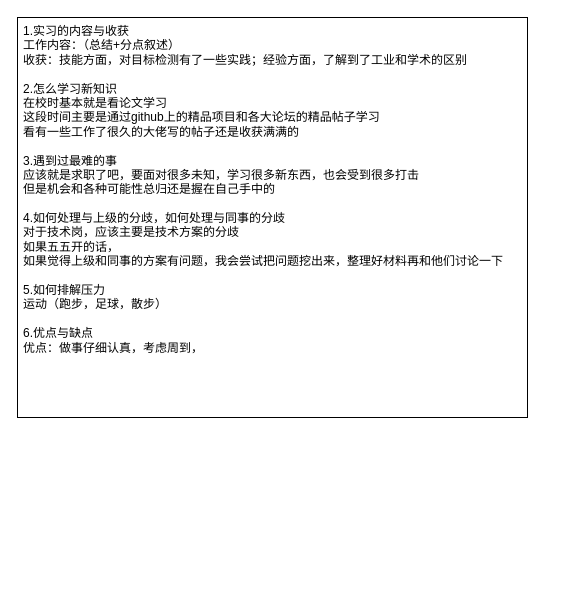
limpid-11/drawio keeps this draw.io diagram as HR面试.drawio. Above is the earlier version. Source tidied: cells renumbered, new cells numbered last; positions are measured from the earlier drawing's top-left corner, leaving out a move shared by most shapes. Both pictures are drawn from the tidied source at 100%, with x=0, y=0 at pixel (17, 17).
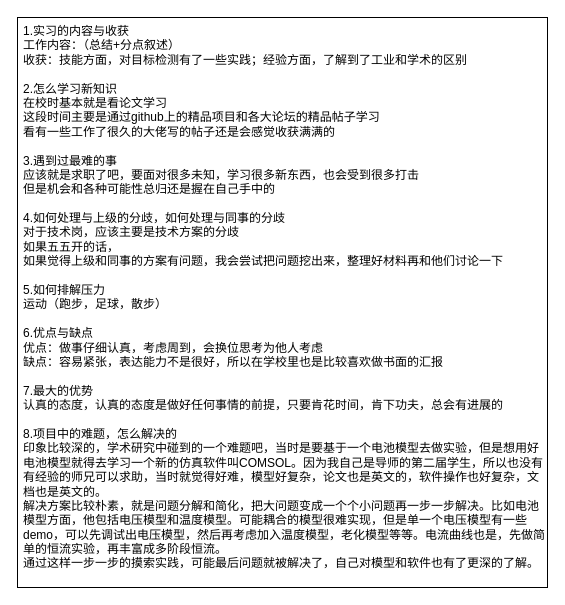
The same diagram, later.

The edit, as a diff of the source:
```diff
@@
 <mxGraphModel>
   <root>
     <mxCell id="0" />
     <mxCell id="1" parent="0" />
-    <mxCell id="2" value="1.实习的内容与收获&lt;div&gt;工作内容：（总结+分点叙述）&lt;/div&gt;&lt;div&gt;收获：&lt;span style=&quot;background-color: initial;&quot;&gt;技能方面，对目标检测有了一些实践；&lt;/span&gt;&lt;span style=&quot;background-color: initial;&quot;&gt;经验方面，了解到了工业和学术的区别&lt;/span&gt;&lt;/div&gt;&lt;div&gt;&lt;br&gt;&lt;/div&gt;&lt;div&gt;2.怎么学习新知识&lt;/div&gt;&lt;div&gt;在校时基本就是看论文学习&lt;/div&gt;&lt;div&gt;这段时间主要是通过github上的精品项目和各大论坛的精品帖子学习&lt;/div&gt;&lt;div&gt;看有一些工作了很久的大佬写的帖子还是收获满满的&lt;/div&gt;&lt;div&gt;&lt;br&gt;&lt;/div&gt;&lt;div&gt;3.遇到过最难的事&lt;/div&gt;&lt;div&gt;应该就是求职了吧，要面对很多未知，学习很多新东西，也会受到很多打击&lt;/div&gt;&lt;div&gt;但是机会和各种可能性总归还是握在自己手中的&lt;/div&gt;&lt;div&gt;&lt;br&gt;&lt;/div&gt;&lt;div&gt;4.如何处理与上级的分歧，如何处理与同事的分歧&lt;/div&gt;&lt;div&gt;对于技术岗，应该主要是技术方案的分歧&lt;/div&gt;&lt;div&gt;如果五五开的话，&lt;/div&gt;&lt;div&gt;如果觉得上级和同事的方案有问题，我会尝试把问题挖出来，整理好材料再和他们讨论一下&lt;/div&gt;&lt;div&gt;&lt;br&gt;&lt;/div&gt;&lt;div&gt;5.如何排解压力&lt;/div&gt;&lt;div&gt;运动（跑步，足球，散步）&lt;/div&gt;&lt;div&gt;&lt;br&gt;&lt;/div&gt;&lt;div&gt;6.优点与缺点&lt;/div&gt;&lt;div&gt;优点：做事仔细认真，考虑周到，&lt;/div&gt;&lt;div&gt;&lt;br&gt;&lt;/div&gt;" style="rounded=0;whiteSpace=wrap;html=1;align=left;verticalAlign=top;spacingLeft=4;" parent="1" vertex="1">
-      <mxGeometry width="510" height="400" as="geometry" />
+    <mxCell id="2" value="1.实习的内容与收获&lt;div&gt;工作内容：（总结+分点叙述）&lt;/div&gt;&lt;div&gt;收获：&lt;span style=&quot;background-color: initial;&quot;&gt;技能方面，对目标检测有了一些实践；&lt;/span&gt;&lt;span style=&quot;background-color: initial;&quot;&gt;经验方面，了解到了工业和学术的区别&lt;/span&gt;&lt;/div&gt;&lt;div&gt;&lt;br&gt;&lt;/div&gt;&lt;div&gt;2.怎么学习新知识&lt;/div&gt;&lt;div&gt;在校时基本就是看论文学习&lt;/div&gt;&lt;div&gt;这段时间主要是通过github上的精品项目和各大论坛的精品帖子学习&lt;/div&gt;&lt;div&gt;看有一些工作了很久的大佬写的帖子还是会感觉收获满满的&lt;/div&gt;&lt;div&gt;&lt;br&gt;&lt;/div&gt;&lt;div&gt;3.遇到过最难的事&lt;/div&gt;&lt;div&gt;应该就是求职了吧，要面对很多未知，学习很多新东西，也会受到很多打击&lt;/div&gt;&lt;div&gt;但是机会和各种可能性总归还是握在自己手中的&lt;/div&gt;&lt;div&gt;&lt;br&gt;&lt;/div&gt;&lt;div&gt;4.如何处理与上级的分歧，如何处理与同事的分歧&lt;/div&gt;&lt;div&gt;对于技术岗，应该主要是技术方案的分歧&lt;/div&gt;&lt;div&gt;如果五五开的话，&lt;/div&gt;&lt;div&gt;如果觉得上级和同事的方案有问题，我会尝试把问题挖出来，整理好材料再和他们讨论一下&lt;/div&gt;&lt;div&gt;&lt;br&gt;&lt;/div&gt;&lt;div&gt;5.如何排解压力&lt;/div&gt;&lt;div&gt;运动（跑步，足球，散步）&lt;/div&gt;&lt;div&gt;&lt;br&gt;&lt;/div&gt;&lt;div&gt;6.优点与缺点&lt;/div&gt;&lt;div&gt;优点：做事仔细认真，考虑周到，会换位思考为他人考虑&lt;/div&gt;&lt;div&gt;缺点：容易紧张，表达能力不是很好，所以在学校里也是比较喜欢做书面的汇报&lt;/div&gt;&lt;div&gt;&lt;br&gt;&lt;/div&gt;&lt;div&gt;7.最大的优势&lt;/div&gt;&lt;div&gt;认真的态度，认真的态度是做好任何事情的前提，只要肯花时间，肯下功夫，总会有进展的&lt;/div&gt;&lt;div&gt;&lt;br&gt;&lt;/div&gt;&lt;div&gt;8.项目中的难题，怎么解决的&lt;/div&gt;&lt;div&gt;印象比较深的，学术研究中碰到的一个难题吧，当时是要基于一个电池模型去做实验，但是想用好电池模型就得去学习一个新的仿真软件叫COMSOL。因为我自己是导师的第二届学生，所以也没有有经验的师兄可以求助，当时就觉得好难，模型好复杂，论文也是英文的，软件操作也好复杂，文档也是英文的。&lt;/div&gt;&lt;div&gt;解决方案比较朴素，就是问题分解和简化，把大问题变成一个个小问题再一步一步解决。比如电池模型方面，他包括电压模型和温度模型。可能耦合的模型很难实现，但是单一个电压模型有一些demo，可以先调试出电压模型，然后再考虑加入温度模型，老化模型等等。电流曲线也是，先做简单的恒流实验，再丰富成多阶段恒流。&lt;/div&gt;&lt;div&gt;通过这样一步一步的摸索实践，可能最后问题就被解决了，自己对模型和软件也有了更深的了解。&lt;/div&gt;&lt;div&gt;&lt;br&gt;&lt;/div&gt;" style="rounded=0;whiteSpace=wrap;html=1;align=left;verticalAlign=top;spacingLeft=4;" parent="1" vertex="1">
+      <mxGeometry width="530" height="570" as="geometry" />
     </mxCell>
   </root>
 </mxGraphModel>
```
